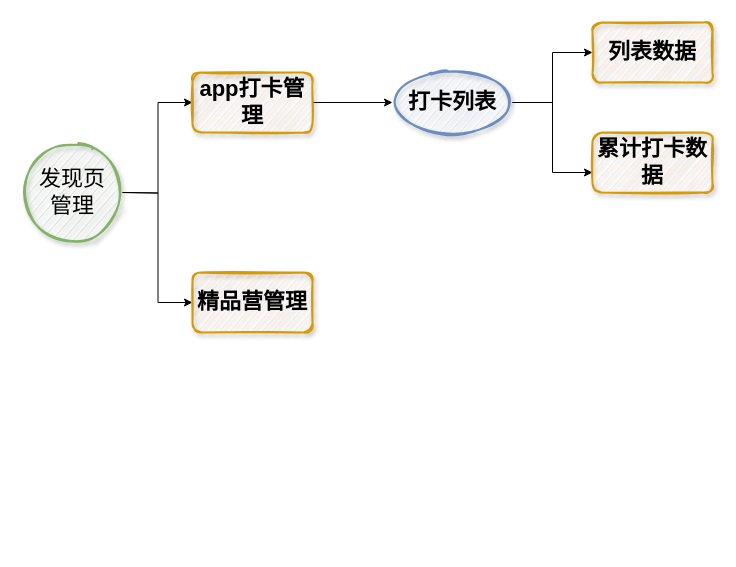
Earlier version of the draw.io diagram 570.drawio (me-Minion/draw). Source tidied: cells renumbered, new cells numbered last; positions are measured from the earlier drawing's top-left corner, leaving out a move shared by most shapes. Both pictures are drawn from the tidied source at 100%, with x=0, y=0 at pixel (22, 22).
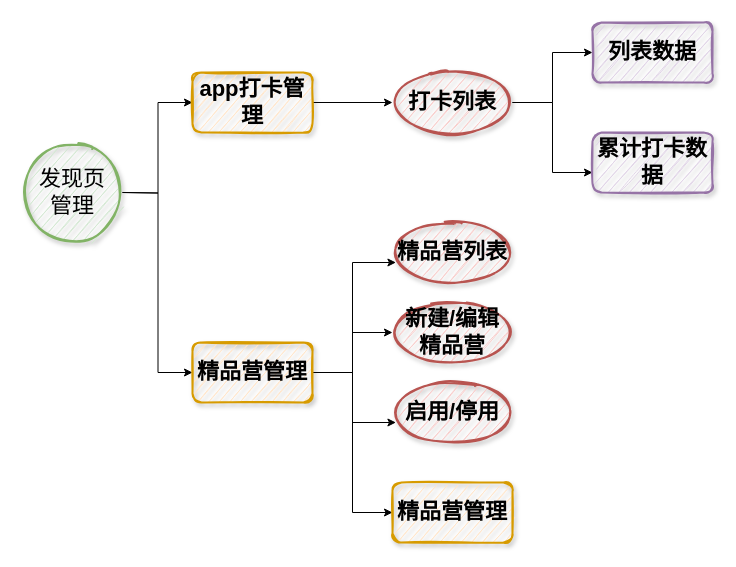
The same diagram, later.

What changed in the source:
```diff
@@
+    <mxCell id="13" style="edgeStyle=orthogonalEdgeStyle;rounded=0;jettySize=auto;html=1;fontSize=22;" parent="1" edge="1" source="4" target="17">
+      <mxGeometry relative="1" as="geometry">
+        <Array as="points">
+          <mxPoint x="330" y="350" />
+          <mxPoint x="330" y="240" />
+        </Array>
+      </mxGeometry>
+    </mxCell>
+    <mxCell id="14" style="edgeStyle=orthogonalEdgeStyle;rounded=0;jettySize=auto;html=1;fontSize=22;" parent="1" edge="1" source="4" target="18">
+      <mxGeometry relative="1" as="geometry" />
+    </mxCell>
+    <mxCell id="15" style="edgeStyle=orthogonalEdgeStyle;rounded=0;jettySize=auto;html=1;fontSize=22;" parent="1" edge="1" source="4" target="19">
+      <mxGeometry relative="1" as="geometry">
+        <Array as="points">
+          <mxPoint x="330" y="350" />
+          <mxPoint x="330" y="400" />
+        </Array>
+      </mxGeometry>
+    </mxCell>
+    <mxCell id="16" style="edgeStyle=orthogonalEdgeStyle;rounded=0;jettySize=auto;html=1;exitX=1;exitY=0.5;exitDx=0;exitDy=0;fontSize=22;entryX=0;entryY=0.5;entryDx=0;entryDy=0;" parent="1" edge="1" source="4" target="20">
+      <mxGeometry relative="1" as="geometry" />
+    </mxCell>
     <mxCell id="4" value="精品营管理" style="rounded=1;whiteSpace=wrap;html=1;fillColor=#ffe6cc;strokeColor=#d79b00;strokeWidth=2;gradientColor=none;shadow=1;sketch=1;fontStyle=1;fontSize=22;" parent="1" vertex="1">
-      <mxGeometry x="170" y="250" width="120" height="60" as="geometry" />
+      <mxGeometry x="170" y="320" width="120" height="60" as="geometry" />
     </mxCell>
@@
-    <mxCell id="10" value="打卡列表" style="ellipse;whiteSpace=wrap;html=1;fontSize=22;fillColor=#dae8fc;strokeColor=#6c8ebf;rounded=1;strokeWidth=2;shadow=1;sketch=1;fontStyle=1;" parent="1" vertex="1">
+    <mxCell id="10" value="打卡列表" style="ellipse;whiteSpace=wrap;html=1;fontSize=22;fillColor=#f8cecc;strokeColor=#b85450;rounded=1;strokeWidth=2;shadow=1;sketch=1;fontStyle=1;" parent="1" vertex="1">
       <mxGeometry x="370" y="50" width="120" height="60" as="geometry" />
     </mxCell>
-    <mxCell id="11" value="列表数据" style="whiteSpace=wrap;html=1;fontSize=22;fillColor=#ffe6cc;strokeColor=#d79b00;rounded=1;strokeWidth=2;gradientColor=none;shadow=1;sketch=1;fontStyle=1;" parent="1" vertex="1">
+    <mxCell id="11" value="列表数据" style="whiteSpace=wrap;html=1;fontSize=22;fillColor=#e1d5e7;strokeColor=#9673a6;rounded=1;strokeWidth=2;shadow=1;sketch=1;fontStyle=1;" parent="1" vertex="1">
       <mxGeometry x="570" width="120" height="60" as="geometry" />
     </mxCell>
-    <mxCell id="12" value="累计打卡数据" style="whiteSpace=wrap;html=1;fontSize=22;fillColor=#ffe6cc;strokeColor=#d79b00;rounded=1;strokeWidth=2;gradientColor=none;shadow=1;sketch=1;fontStyle=1;" parent="1" vertex="1">
+    <mxCell id="12" value="累计打卡数据" style="whiteSpace=wrap;html=1;fontSize=22;fillColor=#e1d5e7;strokeColor=#9673a6;rounded=1;strokeWidth=2;shadow=1;sketch=1;fontStyle=1;" parent="1" vertex="1">
       <mxGeometry x="570" y="110" width="120" height="60" as="geometry" />
     </mxCell>
+    <mxCell id="17" value="精品营列表" style="ellipse;whiteSpace=wrap;html=1;fontSize=22;fillColor=#f8cecc;strokeColor=#b85450;rounded=1;strokeWidth=2;shadow=1;sketch=1;fontStyle=1;" parent="1" vertex="1">
+      <mxGeometry x="370" y="200" width="120" height="60" as="geometry" />
+    </mxCell>
+    <mxCell id="18" value="新建/编辑&lt;br&gt;精品营" style="ellipse;whiteSpace=wrap;html=1;fontSize=22;fillColor=#f8cecc;strokeColor=#b85450;rounded=1;strokeWidth=2;shadow=1;sketch=1;fontStyle=1;" parent="1" vertex="1">
+      <mxGeometry x="370" y="280" width="120" height="60" as="geometry" />
+    </mxCell>
+    <mxCell id="19" value="启用/停用" style="ellipse;whiteSpace=wrap;html=1;fontSize=22;fillColor=#f8cecc;strokeColor=#b85450;rounded=1;strokeWidth=2;shadow=1;sketch=1;fontStyle=1;" parent="1" vertex="1">
+      <mxGeometry x="370" y="360" width="120" height="60" as="geometry" />
+    </mxCell>
+    <mxCell id="20" value="&lt;span&gt;精品营管理&lt;/span&gt;" style="rounded=1;whiteSpace=wrap;html=1;fontSize=22;fillColor=#ffe6cc;strokeColor=#d79b00;strokeWidth=2;gradientColor=none;shadow=1;sketch=1;fontStyle=1;" parent="1" vertex="1">
+      <mxGeometry x="370" y="460" width="120" height="60" as="geometry" />
+    </mxCell>
```
